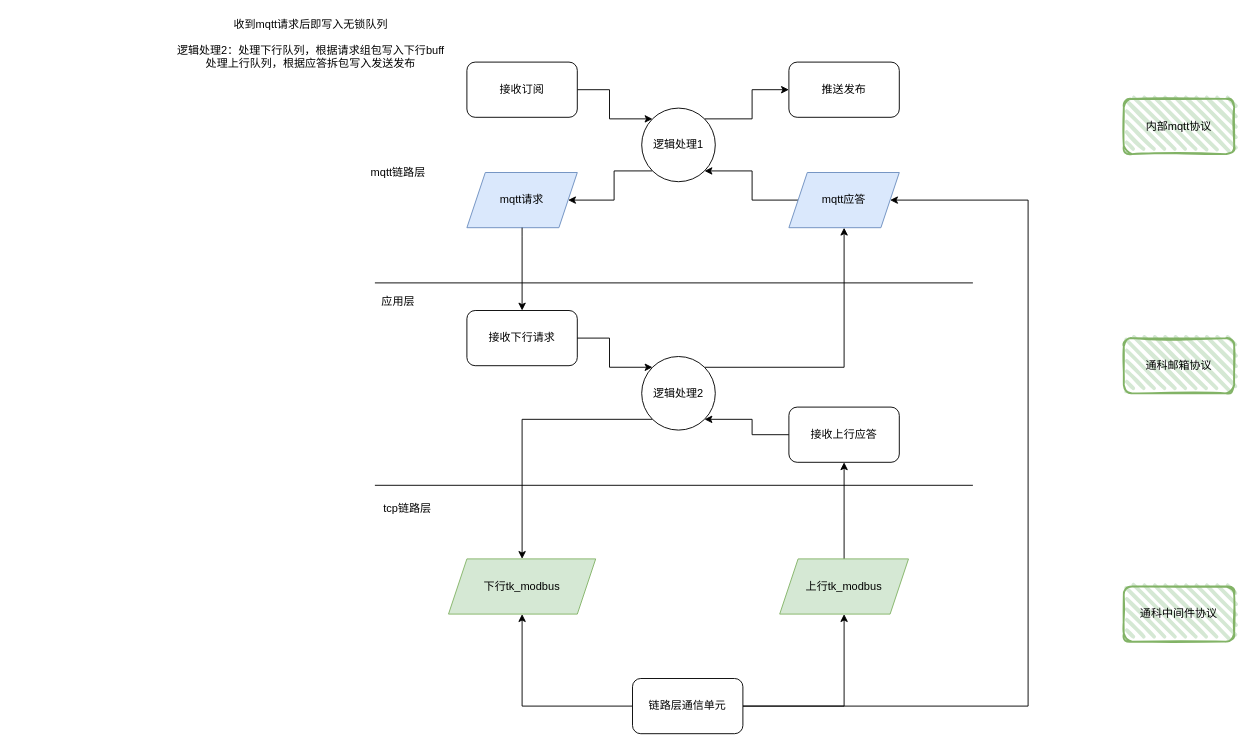
The draw.io diagram 未命名绘图.drawio in jerry028/hello-world, before the edit. Source tidied: cells renumbered, new cells numbered last; positions are measured from the earlier drawing's top-left corner, leaving out a move shared by most shapes. Both pictures are drawn from the tidied source at 92%, with x=0, y=0 at pixel (167, 16).
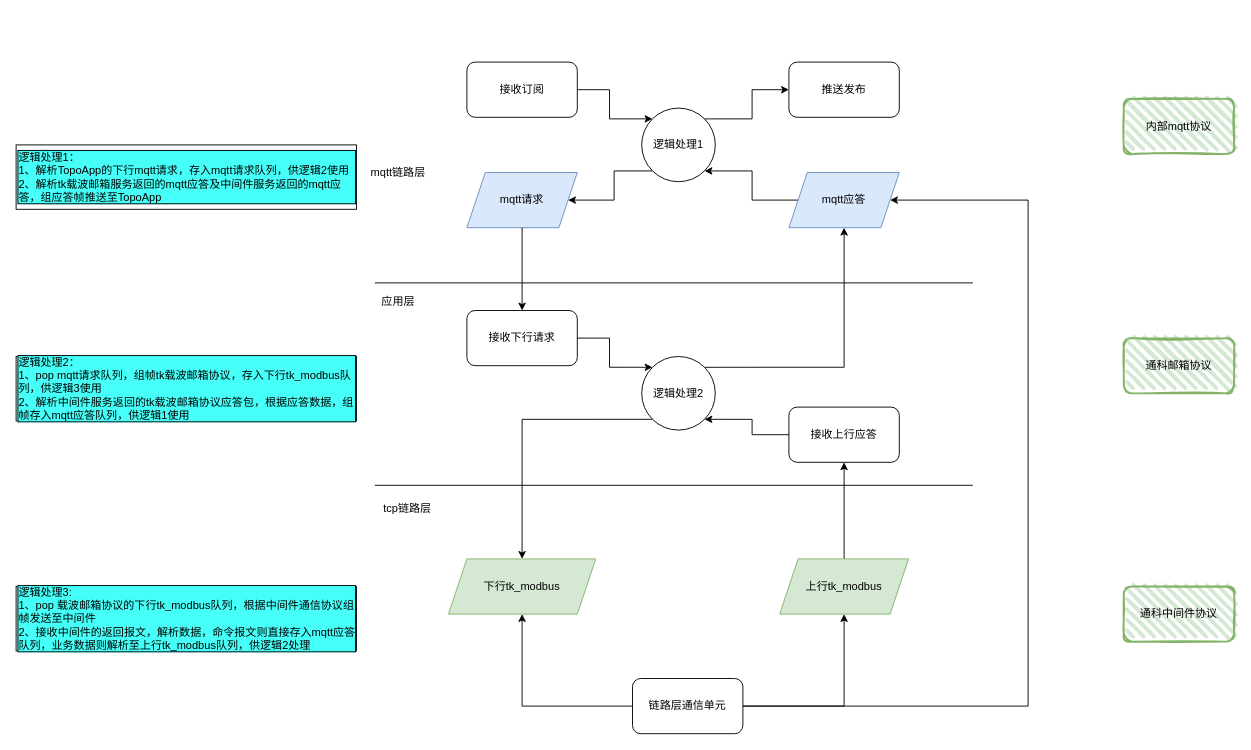
The same page after the edit.

Commit message:
更新未命名绘图.drawio

Change to the diagram source:
```diff
@@
-    <mxCell id="33" value="收到mqtt请求后即写入无锁队列&lt;br&gt;&lt;br&gt;逻辑处理2：处理下行队列，根据请求组包写入下行buff&lt;br&gt;处理上行队列，根据应答拆包写入发送发布&lt;br&gt;" style="text;html=1;align=center;verticalAlign=middle;strokeColor=none;fillColor=none;" parent="1" vertex="1">
-      <mxGeometry width="310" height="60" as="geometry" />
-    </mxCell>
@@
+    <mxCell id="35" value="&lt;span style=&quot;&quot;&gt;逻辑处理1：&lt;/span&gt;&lt;br style=&quot;&quot;&gt;&lt;span style=&quot;&quot;&gt;1、解析TopoApp的下行mqtt请求，存入mqtt请求队列，供逻辑2使用&lt;/span&gt;&lt;br style=&quot;&quot;&gt;&lt;span style=&quot;&quot;&gt;2、解析tk载波邮箱服务返回的mqtt应答及中间件服务返回的mqtt应答，&lt;/span&gt;&lt;span style=&quot;&quot;&gt;组应答帧推送至TopoApp&lt;/span&gt;" style="rounded=0;whiteSpace=wrap;html=1;labelBackgroundColor=#47FFF9;labelBorderColor=default;align=left;" parent="1" vertex="1">
+      <mxGeometry x="-165" y="140" width="370" height="70" as="geometry" />
+    </mxCell>
+    <mxCell id="36" value="&lt;span style=&quot;&quot;&gt;逻辑处理2：&lt;/span&gt;&lt;br style=&quot;&quot;&gt;&lt;span style=&quot;&quot;&gt;1、pop mqtt请求队列，组帧tk载波邮箱协议，存入下行tk_modbus队列，供逻辑3使用&lt;/span&gt;&lt;br style=&quot;&quot;&gt;&lt;span style=&quot;&quot;&gt;2、解析中间件服务返回的tk载波邮箱协议应答包，根据应答数据，组帧存入mqtt应答队列，供逻辑1使用&lt;/span&gt;" style="rounded=0;whiteSpace=wrap;html=1;labelBackgroundColor=#47FFF9;labelBorderColor=default;align=left;" parent="1" vertex="1">
+      <mxGeometry x="-165" y="370" width="370" height="70" as="geometry" />
+    </mxCell>
+    <mxCell id="37" value="&lt;span style=&quot;&quot;&gt;逻辑处理3:&lt;br&gt;1、pop 载波邮箱协议的下行tk_modbus队列，根据中间件通信协议组帧发送至中间件&lt;br&gt;2、接收中间件的返回报文，解析数据，命令报文则直接存入mqtt应答队列，业务数据则解析至上行tk_modbus队列，供逻辑2处理&lt;br&gt;&lt;/span&gt;" style="rounded=0;whiteSpace=wrap;html=1;labelBackgroundColor=#47FFF9;labelBorderColor=default;align=left;" parent="1" vertex="1">
+      <mxGeometry x="-165" y="620" width="370" height="70" as="geometry" />
+    </mxCell>
```
